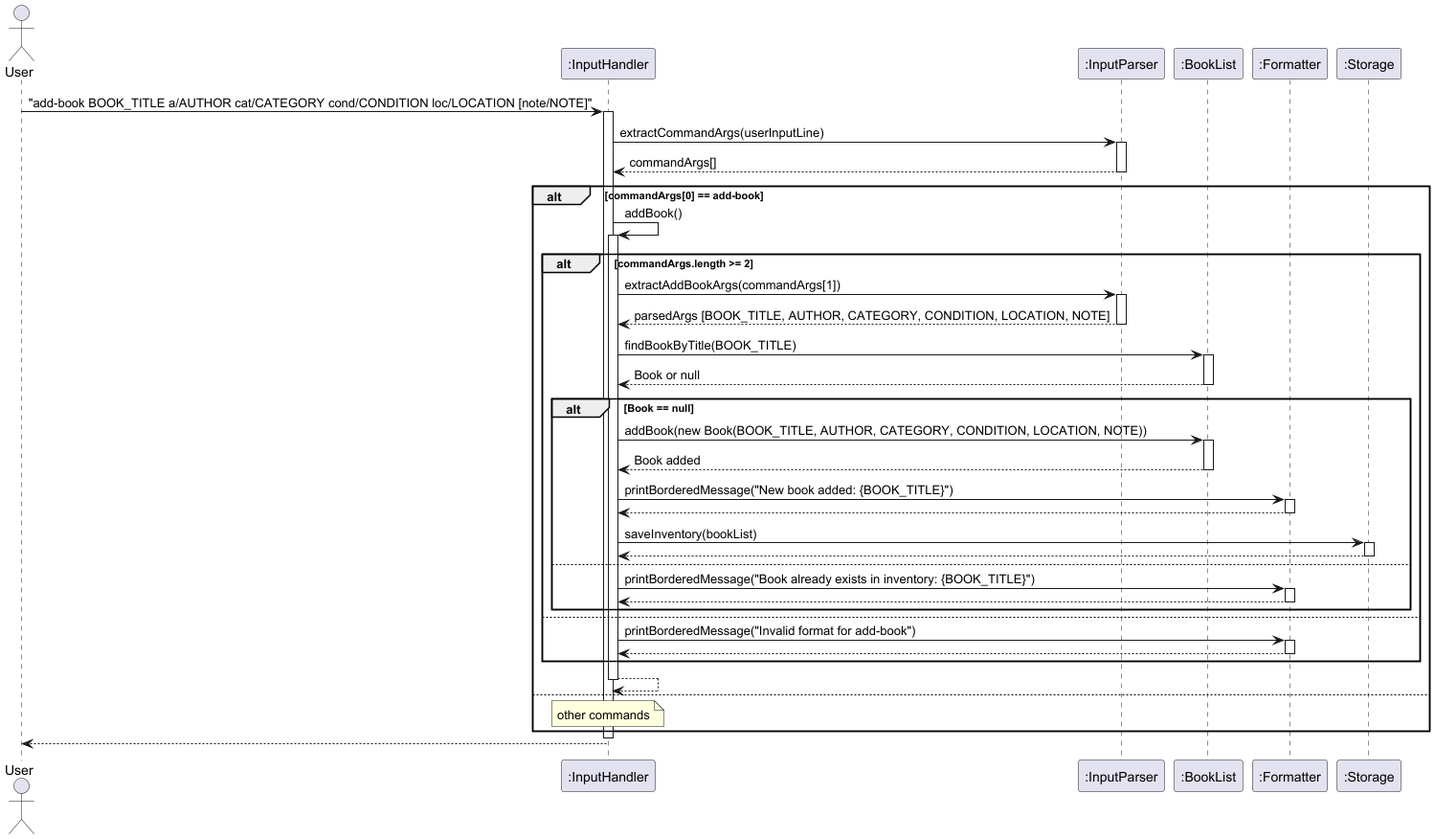
This is docs/images/addBook.png from AY2425S2-CS2113-T12-2/tp, a PlantUML export, as it was before one commit.
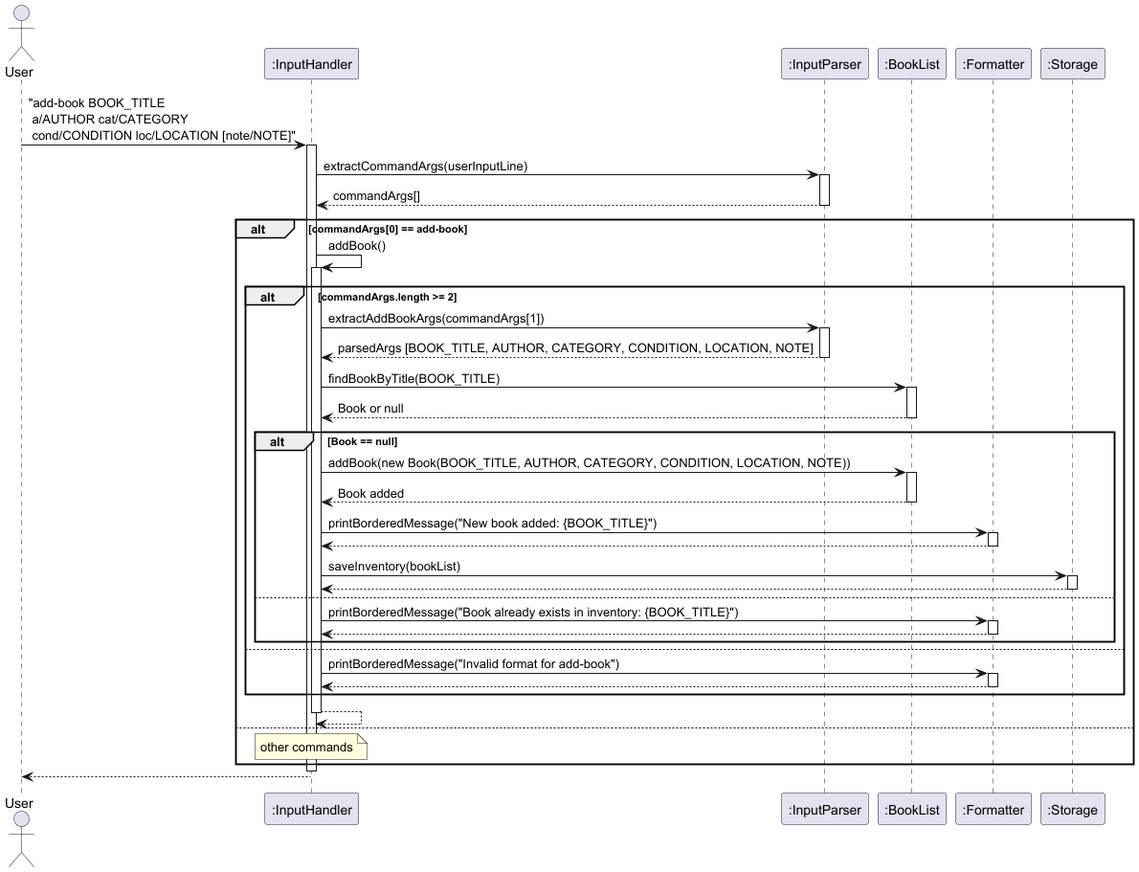
The same diagram one commit later.

What changed in the source:
```diff
@@ -6,7 +6,7 @@
 participant Formatter as ":Formatter"
 participant Storage as ":Storage"
 
-User -> InputHandler: "add-book BOOK_TITLE a/AUTHOR cat/CATEGORY cond/CONDITION loc/LOCATION [note/NOTE]"
+User -> InputHandler: "add-book BOOK_TITLE \n a/AUTHOR cat/CATEGORY \n cond/CONDITION loc/LOCATION [note/NOTE]"
 activate InputHandler
 
 InputHandler -> InputParser: extractCommandArgs(userInputLine)
```
